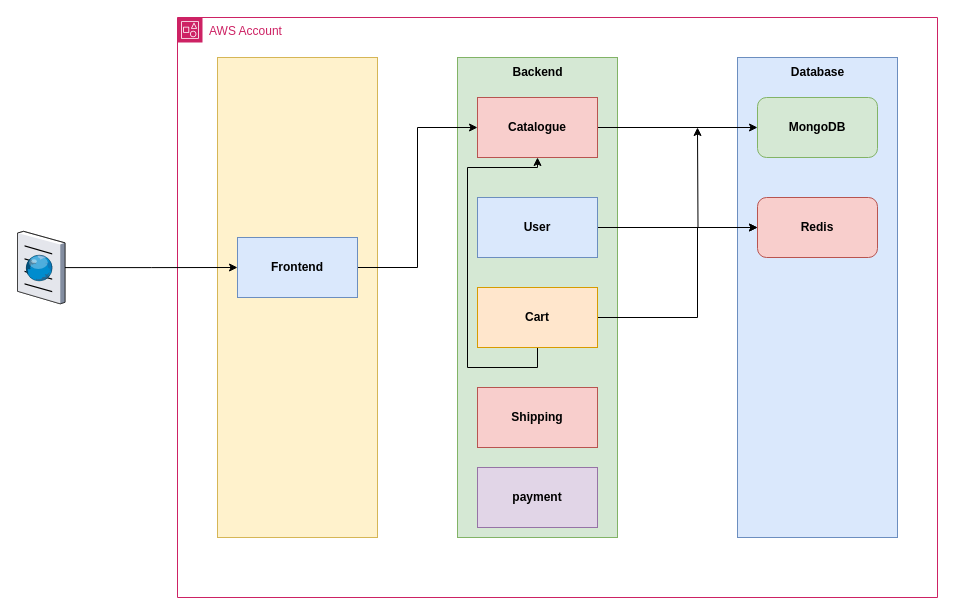
daws-86s/diagrams keeps this draw.io diagram as roboshop.drawio. Above is the earlier version. Source tidied: cells renumbered, new cells numbered last; positions are measured from the earlier drawing's top-left corner, leaving out a move shared by most shapes. Both pictures are drawn from the tidied source at 100%, with x=0, y=0 at pixel (17, 17).
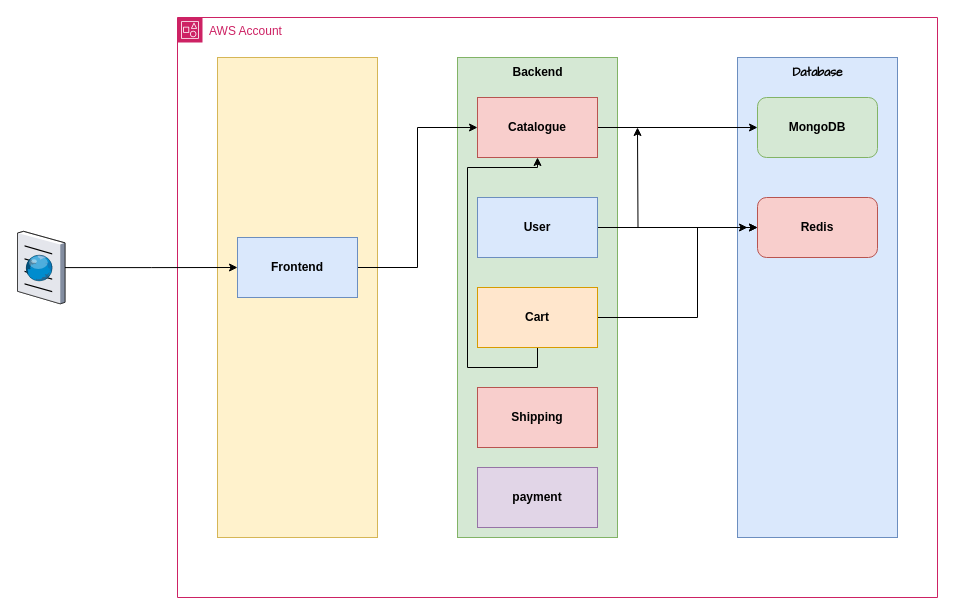
After the change.

Unchanged cells that the change refers to:
```xml
<mxCell id="2" value="AWS Account" style="gradientColor=none;html=1;whiteSpace=wrap;fontSize=12;fontStyle=0;shape=mxgraph.aws4.group;grIcon=mxgraph.aws4.group_account;strokeColor=#CD2264;fillColor=none;verticalAlign=top;align=left;spacingLeft=30;fontColor=#CD2264;dashed=0;" parent="1" vertex="1">
  <mxGeometry x="160" width="760" height="580" as="geometry" />
</mxCell>
<mxCell id="4" value="&lt;b&gt;MongoDB&lt;/b&gt;" style="rounded=1;whiteSpace=wrap;html=1;fillColor=#d5e8d4;strokeColor=#82b366;" parent="2" vertex="1">
  <mxGeometry x="580" y="80" width="120" height="60" as="geometry" />
</mxCell>
<mxCell id="7" value="&lt;b&gt;Catalogue&lt;/b&gt;" style="rounded=0;whiteSpace=wrap;html=1;fillColor=#f8cecc;strokeColor=#b85450;" parent="2" vertex="1">
  <mxGeometry x="300" y="80" width="120" height="60" as="geometry" />
</mxCell>
<mxCell id="16" value="&lt;b&gt;User&lt;/b&gt;" style="rounded=0;whiteSpace=wrap;html=1;fillColor=#dae8fc;strokeColor=#6c8ebf;" parent="2" vertex="1">
  <mxGeometry x="300" y="180" width="120" height="60" as="geometry" />
</mxCell>
```

Change to the diagram source:
```diff
@@
-    <mxCell id="6" style="edgeStyle=orthogonalEdgeStyle;rounded=0;jettySize=auto;html=1;entryX=0;entryY=0.5;entryDx=0;entryDy=0;" parent="2" edge="1" source="7" target="4">
+    <mxCell id="6" style="edgeStyle=orthogonalEdgeStyle;rounded=0;jettySize=auto;html=1;entryX=0;entryY=0.5;entryDx=0;entryDy=0;flowAnimation=1;" parent="2" edge="1" source="7" target="4">
       <mxGeometry relative="1" as="geometry" />
     </mxCell>
@@
-    <mxCell id="9" value="&lt;b&gt;Database&lt;/b&gt;" style="text;html=1;align=center;verticalAlign=middle;strokeColor=none;fillColor=none;" parent="2" vertex="1">
+    <mxCell id="9" value="&lt;b&gt;&lt;font face=&quot;Comic Sans MS&quot;&gt;Database&lt;/font&gt;&lt;/b&gt;" style="text;html=1;align=center;verticalAlign=middle;strokeColor=none;fillColor=none;" parent="2" vertex="1">
       <mxGeometry x="600" y="40" width="80" height="30" as="geometry" />
     </mxCell>
@@
     <mxCell id="14" style="edgeStyle=orthogonalEdgeStyle;rounded=0;jettySize=auto;html=1;" parent="2" edge="1" source="16">
       <mxGeometry relative="1" as="geometry">
-        <mxPoint x="520" y="110" as="targetPoint" />
+        <mxPoint x="570" y="210" as="targetPoint" />
       </mxGeometry>
     </mxCell>
@@
+    <mxCell id="24" style="edgeStyle=orthogonalEdgeStyle;rounded=0;jettySize=auto;html=1;flowAnimation=1;" parent="2" edge="1" source="16">
+      <mxGeometry relative="1" as="geometry">
+        <mxPoint x="460" y="110" as="targetPoint" />
+      </mxGeometry>
+    </mxCell>
```
